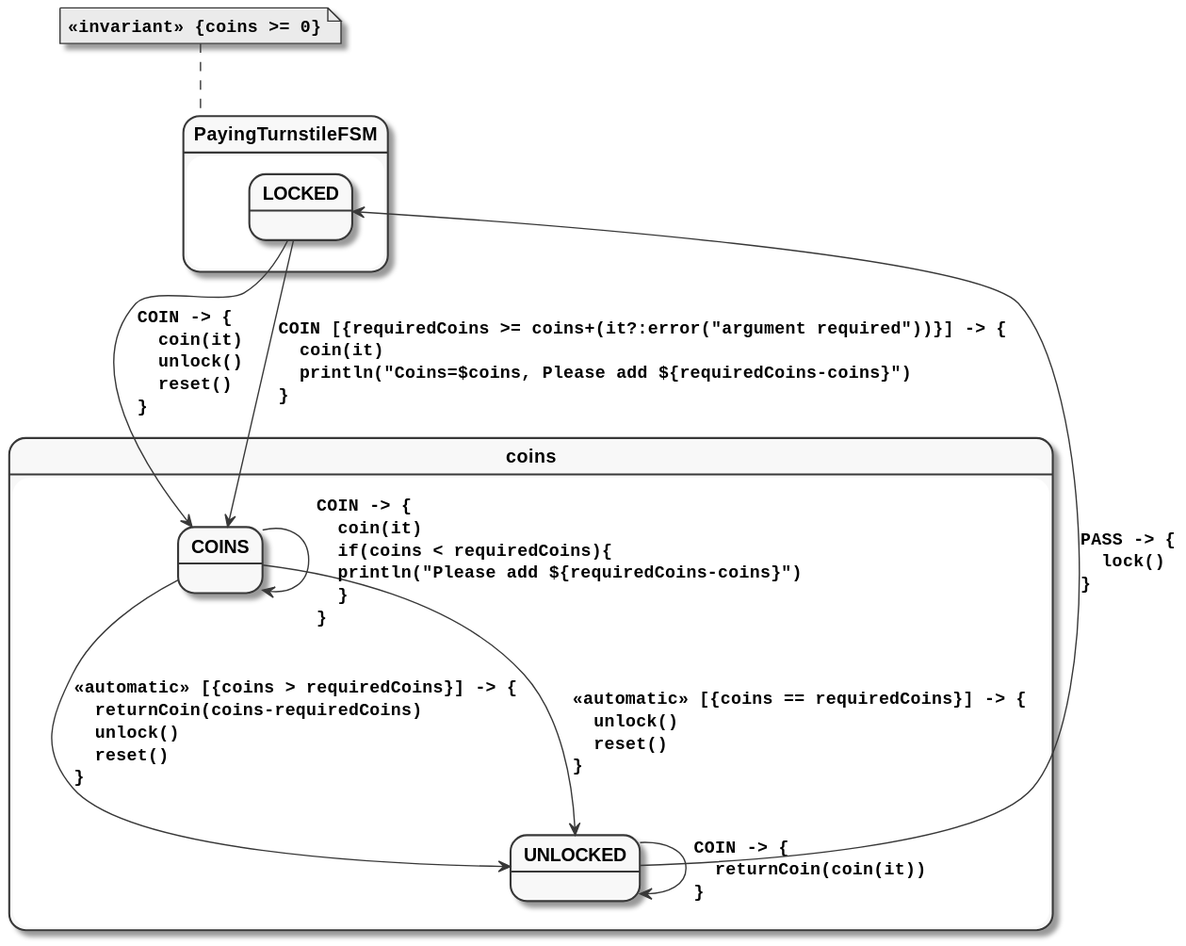
The PlantUML diagram paying-turnstile.svg in open-jumpco/kfsm-viz, before a commit. Its diagram source:
```plantuml
@startuml
skinparam monochrome true
skinparam StateFontName Helvetica
skinparam defaultFontName Monospaced
skinparam defaultFontStyle Bold
skinparam state {
    FontStyle Bold
}
state coins {
COINS --> UNLOCKED : <<automatic>> [{coins > requiredCoins}] -> {\l  returnCoin(coins-requiredCoins)\l  unlock()\l  reset()\l}
COINS --> UNLOCKED : <<automatic>> [{coins == requiredCoins}] -> {\l  unlock()\l  reset()\l}
COINS --> COINS : COIN -> {\l  coin(it)\l  if(coins < requiredCoins){\l  println("Please add ${requiredCoins-coins}")\l  }\l}
}
state PayingTurnstileFSM {
LOCKED --> COINS : COIN -> {\l  coin(it)\l  unlock()\l  reset()\l}
LOCKED --> COINS : COIN [{requiredCoins >= coins+(it?:error("argument required"))}] -> {\l  coin(it)\l  println("Coins=$coins, Please add ${requiredCoins-coins}")\l}
UNLOCKED --> UNLOCKED : COIN -> {\l  returnCoin(coin(it))\l}
UNLOCKED --> LOCKED : PASS -> {\l  lock()\l}
}
note top of PayingTurnstileFSM
<<invariant>> {coins >= 0}
end note
@enduml
```
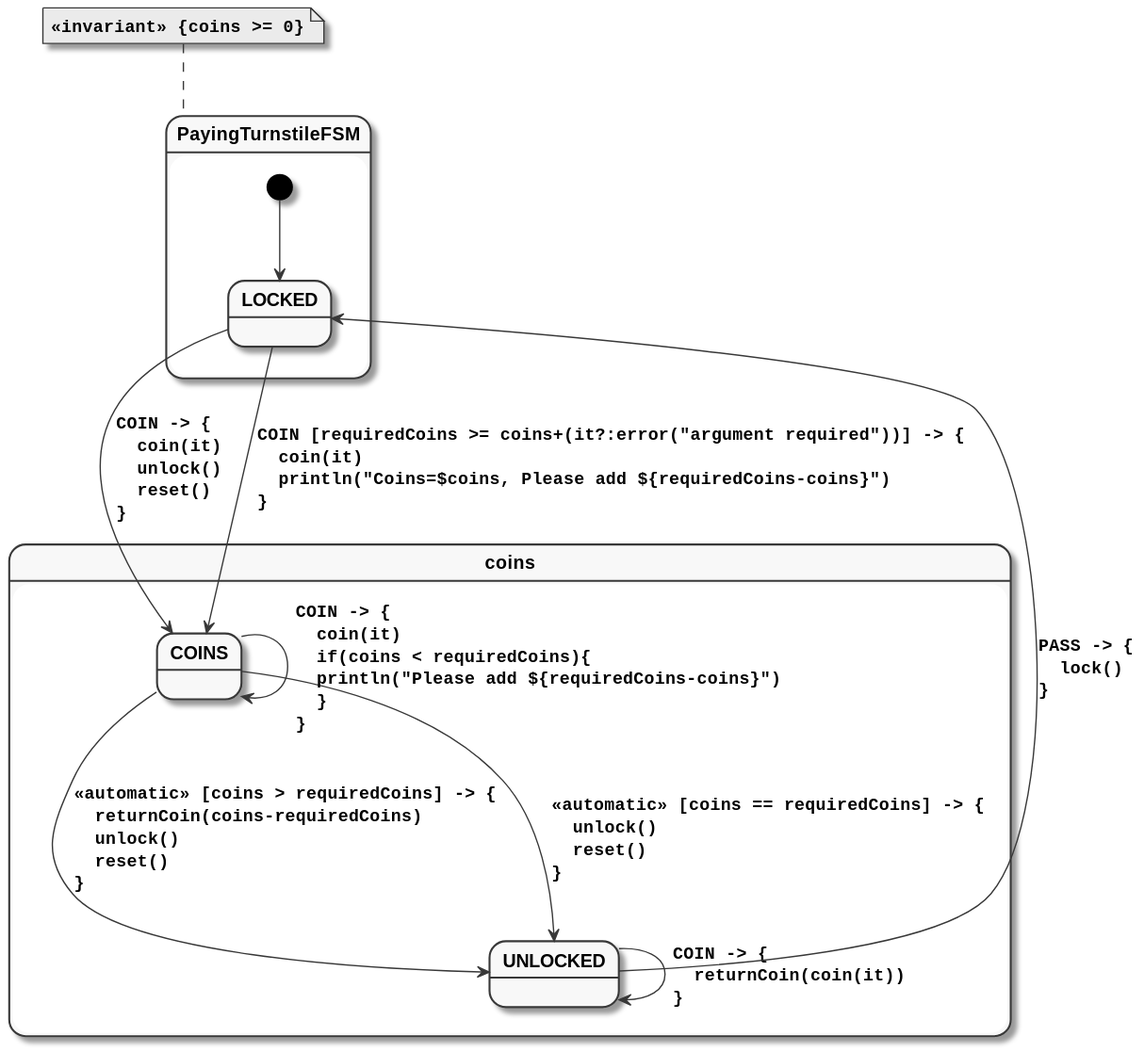
The same file after the commit.

The edit, as a diff of the source:
```diff
@@ -7,13 +7,14 @@
     FontStyle Bold
 }
 state coins {
-COINS --> UNLOCKED : <<automatic>> [{coins > requiredCoins}] -> {\l  returnCoin(coins-requiredCoins)\l  unlock()\l  reset()\l}
-COINS --> UNLOCKED : <<automatic>> [{coins == requiredCoins}] -> {\l  unlock()\l  reset()\l}
+COINS --> UNLOCKED : <<automatic>> [coins > requiredCoins] -> {\l  returnCoin(coins-requiredCoins)\l  unlock()\l  reset()\l}
+COINS --> UNLOCKED : <<automatic>> [coins == requiredCoins] -> {\l  unlock()\l  reset()\l}
 COINS --> COINS : COIN -> {\l  coin(it)\l  if(coins < requiredCoins){\l  println("Please add ${requiredCoins-coins}")\l  }\l}
 }
 state PayingTurnstileFSM {
+[*] --> LOCKED
 LOCKED --> COINS : COIN -> {\l  coin(it)\l  unlock()\l  reset()\l}
-LOCKED --> COINS : COIN [{requiredCoins >= coins+(it?:error("argument required"))}] -> {\l  coin(it)\l  println("Coins=$coins, Please add ${requiredCoins-coins}")\l}
+LOCKED --> COINS : COIN [requiredCoins >= coins+(it?:error("argument required"))] -> {\l  coin(it)\l  println("Coins=$coins, Please add ${requiredCoins-coins}")\l}
 UNLOCKED --> UNLOCKED : COIN -> {\l  returnCoin(coin(it))\l}
 UNLOCKED --> LOCKED : PASS -> {\l  lock()\l}
 }
```
